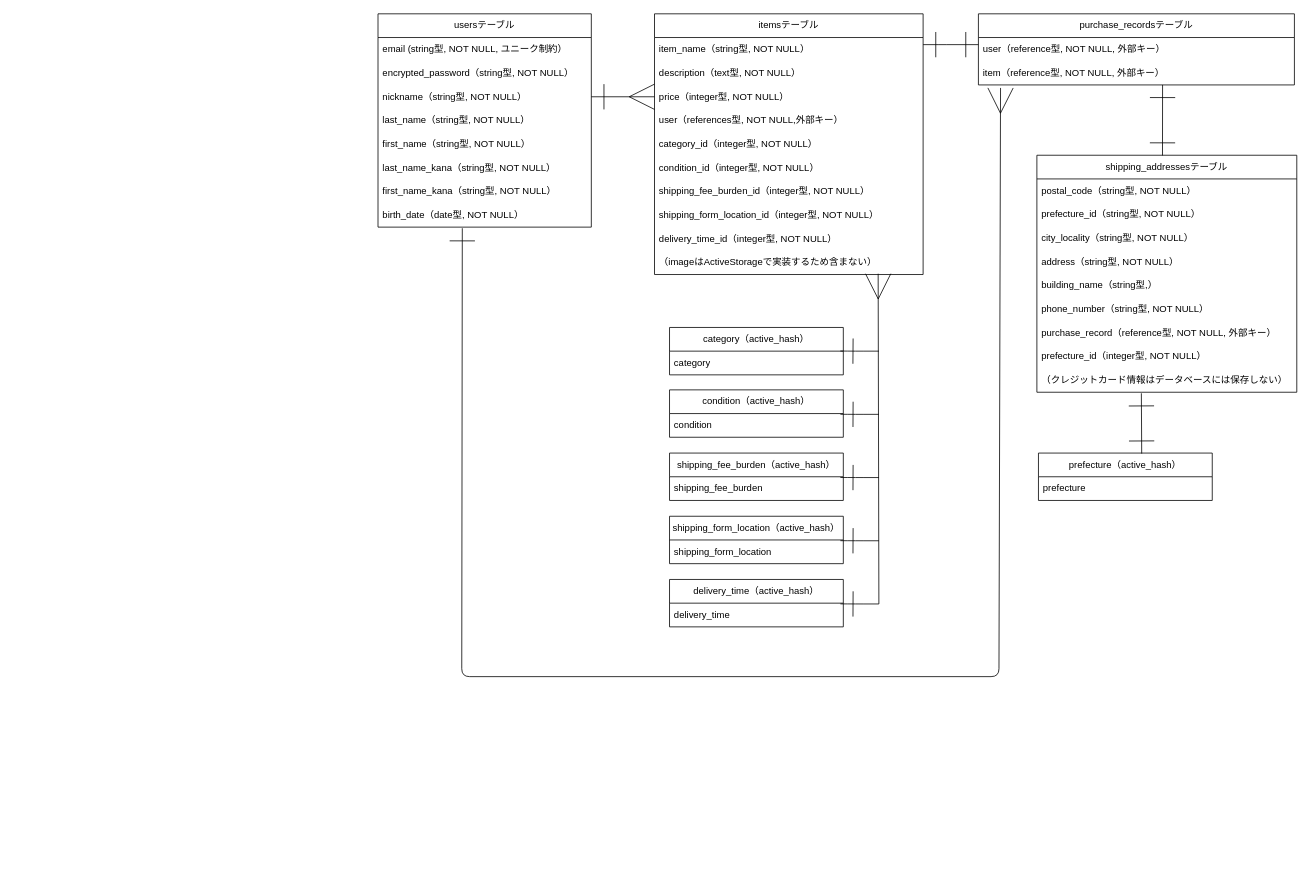
Above: ER.dio in kakinotane77/furima-41868 (draw.io), before the change. Source tidied: cells renumbered, new cells numbered last; positions are measured from the earlier drawing's top-left corner, leaving out a move shared by most shapes. Both pictures are drawn from the tidied source at 79%, with x=0, y=0 at pixel (378, 13).
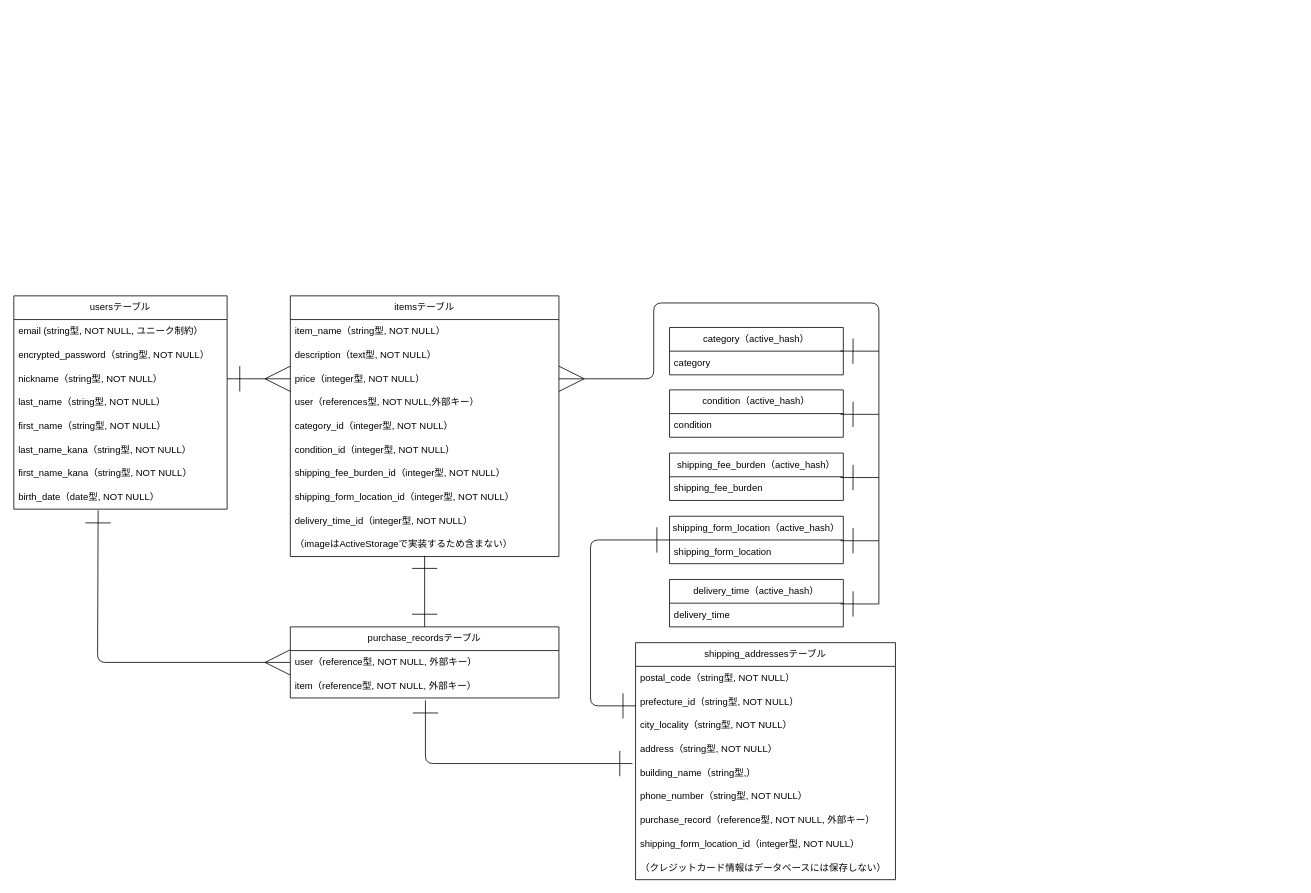
Above is the later version.

Commit message (it also covers changes not shown here):
データベース設計（修正6）#3

The change refers to these unchanged cells:
```xml
<mxCell id="5" value="nickname（string型, NOT NULL）" style="text;strokeColor=none;fillColor=none;align=left;verticalAlign=middle;spacingLeft=4;spacingRight=4;overflow=hidden;points=[[0,0.5],[1,0.5]];portConstraint=eastwest;whiteSpace=wrap;html=1;" parent="2" vertex="1">
  <mxGeometry y="90" width="270" height="30" as="geometry" />
</mxCell>
<mxCell id="14" value="price（integer型, NOT NULL）" style="text;strokeColor=none;fillColor=none;align=left;verticalAlign=middle;spacingLeft=4;spacingRight=4;overflow=hidden;points=[[0,0.5],[1,0.5]];portConstraint=eastwest;whiteSpace=wrap;html=1;" parent="11" vertex="1">
  <mxGeometry y="90" width="340" height="30" as="geometry" />
</mxCell>
<mxCell id="34" value="shipping_form_location" style="text;strokeColor=none;fillColor=none;align=left;verticalAlign=middle;spacingLeft=4;spacingRight=4;overflow=hidden;points=[[0,0.5],[1,0.5]];portConstraint=eastwest;whiteSpace=wrap;html=1;" parent="33" vertex="1">
  <mxGeometry y="30" width="220" height="30" as="geometry" />
</mxCell>
<mxCell id="48" value="building_name（string型,）" style="text;strokeColor=none;fillColor=none;align=left;verticalAlign=middle;spacingLeft=4;spacingRight=4;overflow=hidden;points=[[0,0.5],[1,0.5]];portConstraint=eastwest;whiteSpace=wrap;html=1;" parent="43" vertex="1">
  <mxGeometry y="150" width="329" height="30" as="geometry" />
</mxCell>
<mxCell id="52" value="（クレジットカード情報はデータベースには保存しない）" style="text;strokeColor=none;fillColor=none;align=left;verticalAlign=middle;spacingLeft=4;spacingRight=4;overflow=hidden;points=[[0,0.5],[1,0.5]];portConstraint=eastwest;whiteSpace=wrap;html=1;" parent="43" vertex="1">
  <mxGeometry y="270" width="329" height="30" as="geometry" />
</mxCell>
```

Change to the diagram source:
```diff
@@
     <mxCell id="2" value="usersテーブル" style="swimlane;fontStyle=0;horizontal=1;startSize=30;whiteSpace=wrap;html=1;" parent="1" vertex="1">
-      <mxGeometry width="270" height="270" as="geometry" />
+      <mxGeometry x="-461" y="357" width="270" height="270" as="geometry" />
     </mxCell>
@@
     <mxCell id="11" value="itemsテーブル" style="swimlane;fontStyle=0;horizontal=1;startSize=30;whiteSpace=wrap;html=1;" parent="1" vertex="1">
-      <mxGeometry x="350" width="340" height="330" as="geometry" />
+      <mxGeometry x="-111" y="357" width="340" height="330" as="geometry" />
     </mxCell>
@@
     <mxCell id="22" style="edgeStyle=none;html=1;exitX=1;exitY=0.5;exitDx=0;exitDy=0;endArrow=ERmany;endFill=0;endSize=30;startArrow=ERone;startFill=0;startSize=30;" parent="1" edge="1" source="5">
       <mxGeometry relative="1" as="geometry">
-        <mxPoint x="350" y="105" as="targetPoint" />
+        <mxPoint x="-111" y="462" as="targetPoint" />
       </mxGeometry>
     </mxCell>
     <mxCell id="23" value="purchase_recordsテーブル" style="swimlane;fontStyle=0;horizontal=1;startSize=30;whiteSpace=wrap;html=1;" parent="1" vertex="1">
-      <mxGeometry x="760" width="400" height="90" as="geometry" />
+      <mxGeometry x="-111" y="776" width="340" height="90" as="geometry" />
     </mxCell>
     <mxCell id="24" value="user（reference型, NOT NULL, 外部キー）" style="text;strokeColor=none;fillColor=none;align=left;verticalAlign=middle;spacingLeft=4;spacingRight=4;overflow=hidden;points=[[0,0.5],[1,0.5]];portConstraint=eastwest;whiteSpace=wrap;html=1;" parent="23" vertex="1">
-      <mxGeometry y="30" width="400" height="30" as="geometry" />
+      <mxGeometry y="30" width="340" height="30" as="geometry" />
     </mxCell>
     <mxCell id="25" value="item（reference型, NOT NULL, 外部キー）" style="text;strokeColor=none;fillColor=none;align=left;verticalAlign=middle;spacingLeft=4;spacingRight=4;overflow=hidden;points=[[0,0.5],[1,0.5]];portConstraint=eastwest;whiteSpace=wrap;html=1;" parent="23" vertex="1">
-      <mxGeometry y="60" width="400" height="30" as="geometry" />
+      <mxGeometry y="60" width="340" height="30" as="geometry" />
     </mxCell>
-    <mxCell id="26" style="edgeStyle=none;html=1;endArrow=ERone;endFill=0;endSize=30;startArrow=ERone;startFill=0;startSize=30;" parent="1" edge="1">
+    <mxCell id="26" style="edgeStyle=none;html=1;endArrow=ERone;endFill=0;endSize=30;startArrow=ERone;startFill=0;startSize=30;exitX=0.5;exitY=0;exitDx=0;exitDy=0;" parent="1" edge="1" source="23">
       <mxGeometry relative="1" as="geometry">
-        <mxPoint x="760" y="39" as="sourcePoint" />
-        <mxPoint x="690" y="39" as="targetPoint" />
-        <Array as="points">
-          <mxPoint x="760" y="39" />
-          <mxPoint x="710" y="39" />
-        </Array>
+        <mxPoint x="59" y="686" as="targetPoint" />
       </mxGeometry>
     </mxCell>
@@
-    <mxCell id="37" style="endArrow=ERmany;html=1;startSize=30;endSize=30;entryX=0.894;entryY=1.1;entryDx=0;entryDy=0;entryPerimeter=0;endFill=0;" parent="1" edge="1">
+    <mxCell id="37" style="endArrow=ERmany;html=1;startSize=30;endSize=30;entryX=1;entryY=0.5;entryDx=0;entryDy=0;endFill=0;" parent="1" edge="1" target="14">
       <mxGeometry relative="1" as="geometry">
         <mxPoint x="634" y="747" as="sourcePoint" />
-        <mxPoint x="633.1" y="329" as="targetPoint" />
+        <Array as="points">
+          <mxPoint x="634" y="366" />
+          <mxPoint x="349" y="366" />
+          <mxPoint x="349" y="462" />
+        </Array>
       </mxGeometry>
     </mxCell>
@@
     <mxCell id="43" value="shipping_addressesテーブル" style="swimlane;fontStyle=0;horizontal=1;startSize=30;whiteSpace=wrap;html=1;" parent="1" vertex="1">
-      <mxGeometry x="834" y="179" width="329" height="300" as="geometry" />
+      <mxGeometry x="326" y="796" width="329" height="300" as="geometry" />
     </mxCell>
@@
-    <mxCell id="51" value="prefecture_id（integer型, NOT NULL）" style="text;strokeColor=none;fillColor=none;align=left;verticalAlign=middle;spacingLeft=4;spacingRight=4;overflow=hidden;whiteSpace=wrap;html=1;" parent="43" vertex="1">
+    <mxCell id="51" value="shipping_form_location_id（integer型, NOT NULL）" style="text;strokeColor=none;fillColor=none;align=left;verticalAlign=middle;spacingLeft=4;spacingRight=4;overflow=hidden;whiteSpace=wrap;html=1;" parent="43" vertex="1">
       <mxGeometry y="240" width="329" height="30" as="geometry" />
     </mxCell>
@@
-    <mxCell id="53" value="&lt;span style=&quot;text-align: left;&quot;&gt;prefecture&lt;/span&gt;&lt;span style=&quot;text-align: left;&quot;&gt;（active_hash）&lt;/span&gt;" style="swimlane;fontStyle=0;horizontal=1;startSize=30;whiteSpace=wrap;html=1;" parent="1" vertex="1">
-      <mxGeometry x="836" y="556" width="220" height="60" as="geometry" />
-    </mxCell>
-    <mxCell id="54" value="prefecture" style="text;strokeColor=none;fillColor=none;align=left;verticalAlign=middle;spacingLeft=4;spacingRight=4;overflow=hidden;whiteSpace=wrap;html=1;" parent="53" vertex="1">
-      <mxGeometry y="30" width="220" height="30" as="geometry" />
-    </mxCell>
-    <mxCell id="55" style="endArrow=ERone;html=1;entryX=0.402;entryY=1.044;entryDx=0;entryDy=0;entryPerimeter=0;exitX=0.594;exitY=0.011;exitDx=0;exitDy=0;exitPerimeter=0;startArrow=ERone;startFill=0;endSize=30;startSize=30;endFill=0;" parent="1" edge="1" source="53" target="52">
-      <mxGeometry relative="1" as="geometry" />
-    </mxCell>
-    <mxCell id="56" style="endArrow=ERone;html=1;entryX=0.402;entryY=1.044;entryDx=0;entryDy=0;entryPerimeter=0;exitX=0.594;exitY=0.011;exitDx=0;exitDy=0;exitPerimeter=0;startArrow=ERone;startFill=0;endSize=30;startSize=30;endFill=0;" parent="1" edge="1">
+    <mxCell id="56" style="endArrow=ERone;html=1;entryX=0.503;entryY=1.1;entryDx=0;entryDy=0;entryPerimeter=0;exitX=-0.012;exitY=0.1;exitDx=0;exitDy=0;exitPerimeter=0;startArrow=ERone;startFill=0;endSize=30;startSize=30;endFill=0;" parent="1" edge="1" source="48" target="25">
       <mxGeometry relative="1" as="geometry">
-        <mxPoint x="993" y="179.3" as="sourcePoint" />
-        <mxPoint x="993.1" y="90" as="targetPoint" />
+        <Array as="points">
+          <mxPoint x="60" y="949" />
+        </Array>
       </mxGeometry>
     </mxCell>
-    <mxCell id="57" style="edgeStyle=none;html=1;endArrow=ERmany;endFill=0;endSize=30;startArrow=ERone;startFill=0;startSize=30;exitX=0.595;exitY=1.047;exitDx=0;exitDy=0;exitPerimeter=0;entryX=0.13;entryY=1.127;entryDx=0;entryDy=0;entryPerimeter=0;" parent="1" edge="1">
+    <mxCell id="57" style="edgeStyle=none;html=1;endArrow=ERmany;endFill=0;endSize=30;startArrow=ERone;startFill=0;startSize=30;exitX=0.595;exitY=1.047;exitDx=0;exitDy=0;exitPerimeter=0;entryX=0;entryY=0.5;entryDx=0;entryDy=0;" parent="1" edge="1" target="24">
       <mxGeometry relative="1" as="geometry">
-        <mxPoint x="106.7" y="271.4" as="sourcePoint" />
-        <mxPoint x="788" y="93.8" as="targetPoint" />
+        <mxPoint x="-354.3" y="628.4" as="sourcePoint" />
         <Array as="points">
-          <mxPoint x="106" y="839" />
-          <mxPoint x="786" y="839" />
+          <mxPoint x="-355" y="821" />
         </Array>
       </mxGeometry>
     </mxCell>
+    <mxCell id="58" style="endArrow=ERone;html=1;entryX=0;entryY=0;entryDx=0;entryDy=0;entryPerimeter=0;exitX=-0.012;exitY=0.1;exitDx=0;exitDy=0;exitPerimeter=0;startArrow=ERone;startFill=0;endSize=30;startSize=30;endFill=0;" parent="1" edge="1" target="34">
+      <mxGeometry relative="1" as="geometry">
+        <mxPoint x="326.1" y="876" as="sourcePoint" />
+        <Array as="points">
+          <mxPoint x="269" y="876" />
+          <mxPoint x="269" y="666" />
+        </Array>
+      </mxGeometry>
+    </mxCell>
```
